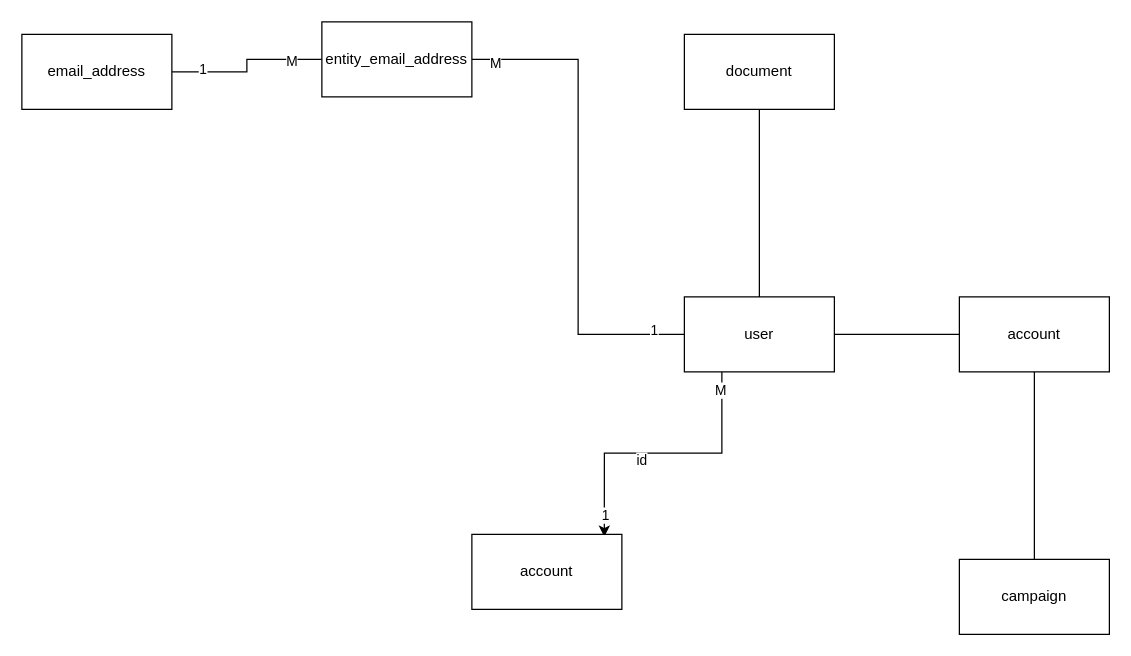
This is Untitled Diagram.drawio from egorb17/ESPO-DB, a draw.io file, before an edit. Source tidied: cells renumbered, new cells numbered last; positions are measured from the earlier drawing's top-left corner, leaving out a move shared by most shapes. Both pictures are drawn from the tidied source at 125%, with x=0, y=0 at pixel (21, 21).
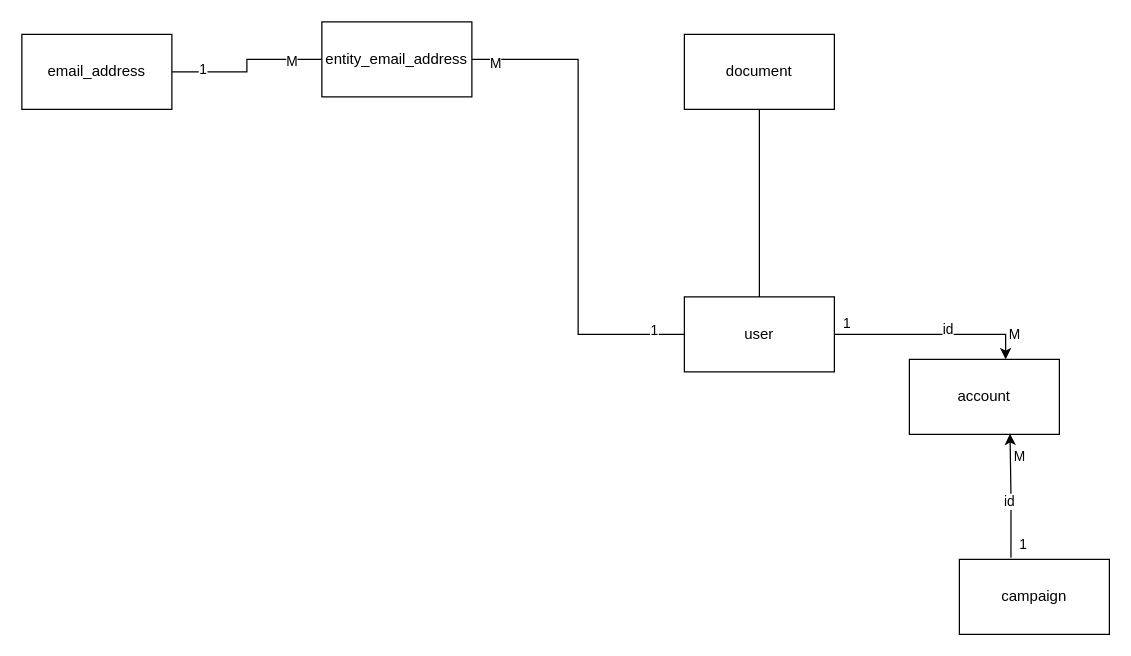
The same page after the edit.

The change refers to these unchanged cells:
```xml
<mxCell id="6" value="user" style="rounded=0;whiteSpace=wrap;html=1;" parent="1" vertex="1">
  <mxGeometry x="530" y="220" width="120" height="60" as="geometry" />
</mxCell>
<mxCell id="12" value="campaign" style="rounded=0;whiteSpace=wrap;html=1;" parent="1" vertex="1">
  <mxGeometry x="750" y="430" width="120" height="60" as="geometry" />
</mxCell>
```

What changed in the source:
```diff
@@
-    <mxCell id="2" style="edgeStyle=orthogonalEdgeStyle;rounded=0;jettySize=auto;html=1;exitX=0.25;exitY=1;exitDx=0;exitDy=0;entryX=0.883;entryY=0.033;entryDx=0;entryDy=0;entryPerimeter=0;" parent="1" edge="1" source="6" target="9">
+    <mxCell id="2" style="edgeStyle=orthogonalEdgeStyle;rounded=0;jettySize=auto;html=1;exitX=1;exitY=0.5;exitDx=0;exitDy=0;entryX=0.642;entryY=0;entryDx=0;entryDy=0;entryPerimeter=0;" parent="1" edge="1" source="6" target="9">
       <mxGeometry relative="1" as="geometry" />
     </mxCell>
@@
-    <mxCell id="4" value="М" style="edgeLabel;html=1;align=center;verticalAlign=middle;" parent="2" vertex="1">
-      <mxGeometry x="-0.88" y="-2" relative="1" as="geometry" />
+    <mxCell id="4" value="1" style="edgeLabel;html=1;align=center;verticalAlign=middle;" parent="2" vertex="1">
+      <mxGeometry x="-0.88" y="-2" relative="1" as="geometry">
+        <mxPoint y="-12" as="offset" />
+      </mxGeometry>
     </mxCell>
-    <mxCell id="5" value="1" style="edgeLabel;html=1;align=center;verticalAlign=middle;" parent="2" vertex="1">
-      <mxGeometry x="0.84" y="1" relative="1" as="geometry" />
+    <mxCell id="5" value="M" style="edgeLabel;html=1;align=center;verticalAlign=middle;" parent="2" vertex="1">
+      <mxGeometry x="0.84" y="1" relative="1" as="geometry">
+        <mxPoint x="5" y="-7" as="offset" />
+      </mxGeometry>
     </mxCell>
@@
-    <mxCell id="7" value="account" style="rounded=0;whiteSpace=wrap;html=1;" parent="1" vertex="1">
-      <mxGeometry x="750" y="220" width="120" height="60" as="geometry" />
-    </mxCell>
-    <mxCell id="8" style="endArrow=none;html=1;rounded=0;entryX=0;entryY=0.5;entryDx=0;entryDy=0;exitX=1;exitY=0.5;exitDx=0;exitDy=0;" parent="1" edge="1" source="6" target="7">
-      <mxGeometry relative="1" as="geometry" />
-    </mxCell>
     <mxCell id="9" value="account" style="rounded=0;whiteSpace=wrap;html=1;" parent="1" vertex="1">
-      <mxGeometry x="360" y="410" width="120" height="60" as="geometry" />
+      <mxGeometry x="710" y="270" width="120" height="60" as="geometry" />
     </mxCell>
@@
-    <mxCell id="13" style="endArrow=none;html=1;rounded=0;entryX=0.5;entryY=1;entryDx=0;entryDy=0;exitX=0.5;exitY=0;exitDx=0;exitDy=0;" parent="1" edge="1" source="12" target="7">
-      <mxGeometry relative="1" as="geometry" />
-    </mxCell>
+    <mxCell id="22" style="edgeStyle=orthogonalEdgeStyle;rounded=0;jettySize=auto;html=1;exitX=0.344;exitY=-0.022;exitDx=0;exitDy=0;entryX=0.671;entryY=0.992;entryDx=0;entryDy=0;exitPerimeter=0;entryPerimeter=0;" parent="1" edge="1" source="12" target="9">
+      <mxGeometry relative="1" as="geometry" />
+    </mxCell>
+    <mxCell id="23" value="1" style="edgeLabel;html=1;align=center;verticalAlign=middle;" parent="22" vertex="1">
+      <mxGeometry x="-0.77" relative="1" as="geometry">
+        <mxPoint x="9" as="offset" />
+      </mxGeometry>
+    </mxCell>
+    <mxCell id="24" value="M" style="edgeLabel;html=1;align=center;verticalAlign=middle;" parent="22" vertex="1">
+      <mxGeometry x="0.65" relative="1" as="geometry">
+        <mxPoint x="7" as="offset" />
+      </mxGeometry>
+    </mxCell>
+    <mxCell id="25" value="id" style="edgeLabel;html=1;align=center;verticalAlign=middle;" parent="22" vertex="1">
+      <mxGeometry x="-0.09" y="2" relative="1" as="geometry" />
+    </mxCell>
```
